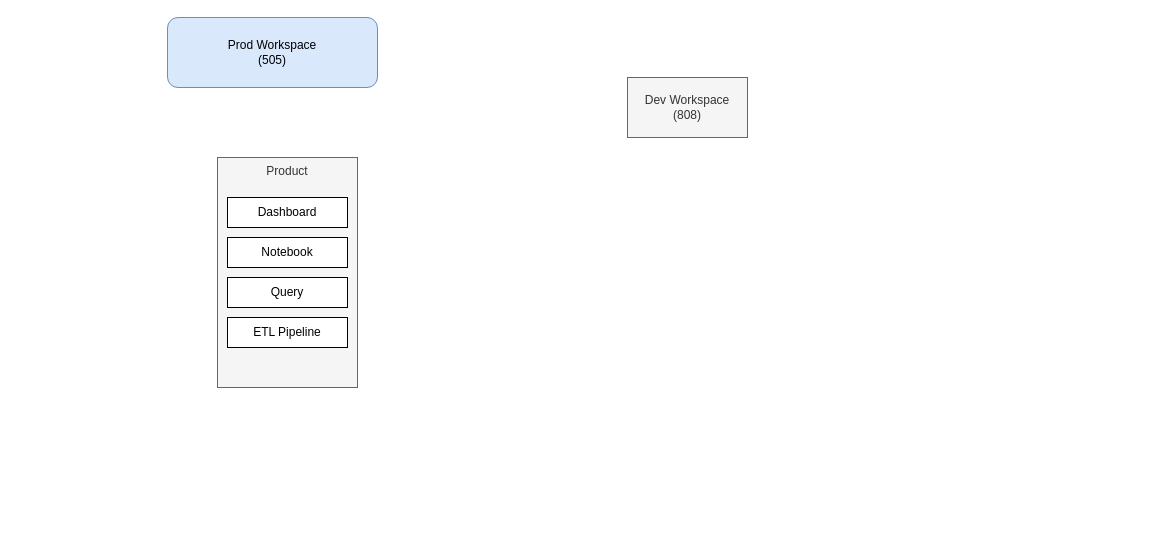
The draw.io diagram page "Product" (2 of 2) of Blue Green.drawio in ateterine/plains, before the edit. Source tidied: cells renumbered, new cells numbered last; positions are measured from the earlier drawing's top-left corner, leaving out a move shared by most shapes. Both pictures are drawn from the tidied source at 100%, with x=0, y=0 at pixel (167, 17).
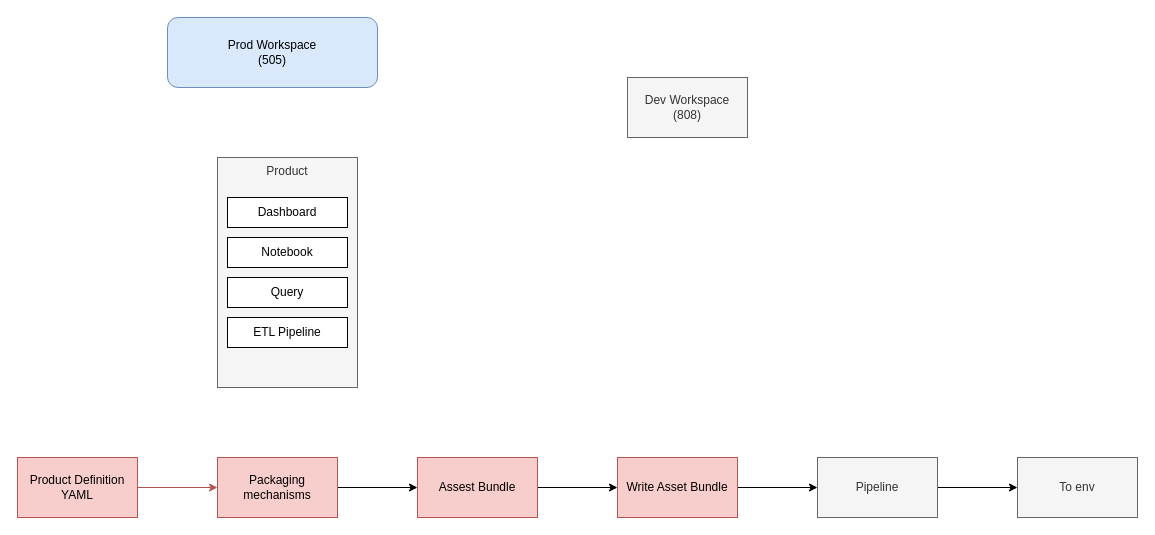
Above is the later version.

Change to the diagram source:
```diff
@@
 <mxGraphModel>
   <root>
     <mxCell id="0" />
     <mxCell id="1" parent="0" />
     <mxCell id="2" value="Product" style="rounded=0;whiteSpace=wrap;html=1;align=center;verticalAlign=top;fillColor=#f5f5f5;fontColor=#333333;strokeColor=#666666;" parent="1" vertex="1">
       <mxGeometry x="50" y="140" width="140" height="230" as="geometry" />
     </mxCell>
     <mxCell id="3" value="Prod Workspace&lt;div&gt;(505)&lt;/div&gt;" style="rounded=1;whiteSpace=wrap;html=1;fillColor=#dae8fc;strokeColor=#6c8ebf;" parent="1" vertex="1">
       <mxGeometry width="210" height="70" as="geometry" />
     </mxCell>
     <mxCell id="4" value="Dev Workspace&lt;div&gt;(808)&lt;/div&gt;" style="rounded=0;whiteSpace=wrap;html=1;fillColor=#f5f5f5;fontColor=#333333;strokeColor=#666666;" parent="1" vertex="1">
       <mxGeometry x="460" y="60" width="120" height="60" as="geometry" />
     </mxCell>
     <mxCell id="5" value="Notebook" style="rounded=0;whiteSpace=wrap;html=1;" parent="1" vertex="1">
       <mxGeometry x="60" y="220" width="120" height="30" as="geometry" />
     </mxCell>
     <mxCell id="6" value="Query" style="rounded=0;whiteSpace=wrap;html=1;" parent="1" vertex="1">
       <mxGeometry x="60" y="260" width="120" height="30" as="geometry" />
     </mxCell>
     <mxCell id="7" value="Dashboard" style="rounded=0;whiteSpace=wrap;html=1;" parent="1" vertex="1">
       <mxGeometry x="60" y="180" width="120" height="30" as="geometry" />
     </mxCell>
     <mxCell id="8" value="ETL Pipeline" style="rounded=0;whiteSpace=wrap;html=1;" parent="1" vertex="1">
       <mxGeometry x="60" y="300" width="120" height="30" as="geometry" />
     </mxCell>
+    <mxCell id="9" style="edgeStyle=orthogonalEdgeStyle;rounded=0;jettySize=auto;html=1;fillColor=#f8cecc;strokeColor=#b85450;" parent="1" edge="1" source="10" target="12">
+      <mxGeometry relative="1" as="geometry" />
+    </mxCell>
+    <mxCell id="10" value="Product Definition YAML" style="rounded=0;whiteSpace=wrap;html=1;fillColor=#f8cecc;strokeColor=#b85450;" parent="1" vertex="1">
+      <mxGeometry x="-150" y="440" width="120" height="60" as="geometry" />
+    </mxCell>
+    <mxCell id="11" style="edgeStyle=orthogonalEdgeStyle;rounded=0;jettySize=auto;html=1;" parent="1" edge="1" source="12" target="14">
+      <mxGeometry relative="1" as="geometry" />
+    </mxCell>
+    <mxCell id="12" value="Packaging mechanisms" style="rounded=0;whiteSpace=wrap;html=1;fillColor=#f8cecc;strokeColor=#b85450;" parent="1" vertex="1">
+      <mxGeometry x="50" y="440" width="120" height="60" as="geometry" />
+    </mxCell>
+    <mxCell id="13" style="edgeStyle=orthogonalEdgeStyle;rounded=0;jettySize=auto;html=1;" parent="1" edge="1" source="14" target="16">
+      <mxGeometry relative="1" as="geometry" />
+    </mxCell>
+    <mxCell id="14" value="Assest Bundle" style="rounded=0;whiteSpace=wrap;html=1;fillColor=#f8cecc;strokeColor=#b85450;" parent="1" vertex="1">
+      <mxGeometry x="250" y="440" width="120" height="60" as="geometry" />
+    </mxCell>
+    <mxCell id="15" style="edgeStyle=orthogonalEdgeStyle;rounded=0;jettySize=auto;html=1;" parent="1" edge="1" source="16" target="18">
+      <mxGeometry relative="1" as="geometry" />
+    </mxCell>
+    <mxCell id="16" value="Write Asset Bundle" style="rounded=0;whiteSpace=wrap;html=1;fillColor=#f8cecc;strokeColor=#b85450;" parent="1" vertex="1">
+      <mxGeometry x="450" y="440" width="120" height="60" as="geometry" />
+    </mxCell>
+    <mxCell id="17" style="edgeStyle=orthogonalEdgeStyle;rounded=0;jettySize=auto;html=1;" parent="1" edge="1" source="18" target="19">
+      <mxGeometry relative="1" as="geometry" />
+    </mxCell>
+    <mxCell id="18" value="Pipeline" style="rounded=0;whiteSpace=wrap;html=1;fillColor=#f5f5f5;fontColor=#333333;strokeColor=#666666;" parent="1" vertex="1">
+      <mxGeometry x="650" y="440" width="120" height="60" as="geometry" />
+    </mxCell>
+    <mxCell id="19" value="To env" style="rounded=0;whiteSpace=wrap;html=1;fillColor=#f5f5f5;fontColor=#333333;strokeColor=#666666;" parent="1" vertex="1">
+      <mxGeometry x="850" y="440" width="120" height="60" as="geometry" />
+    </mxCell>
   </root>
 </mxGraphModel>
```
